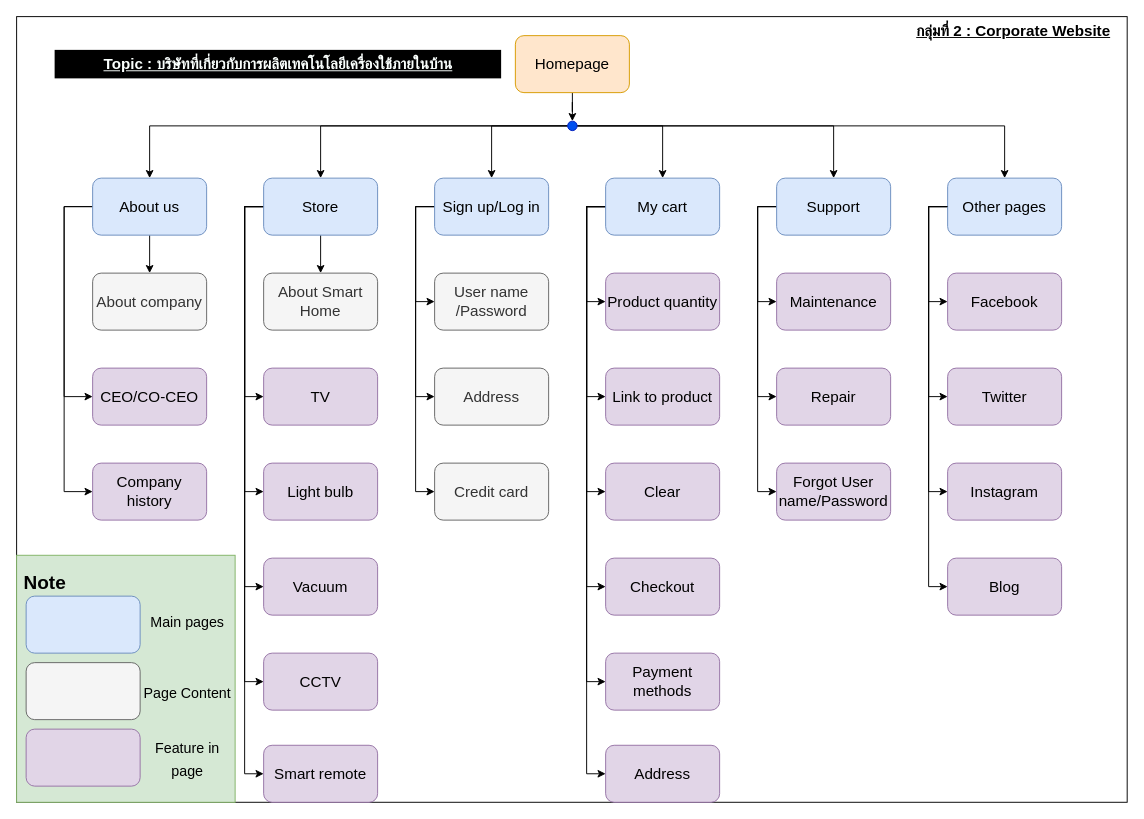
This is Technology Corporate Sitemap.drawio from DOSTxH/IT-Assignment, a draw.io file, before an edit. Source tidied: cells renumbered, new cells numbered last; positions are measured from the earlier drawing's top-left corner, leaving out a move shared by most shapes. Both pictures are drawn from the tidied source at 95%, with x=0, y=0 at pixel (16, 16).
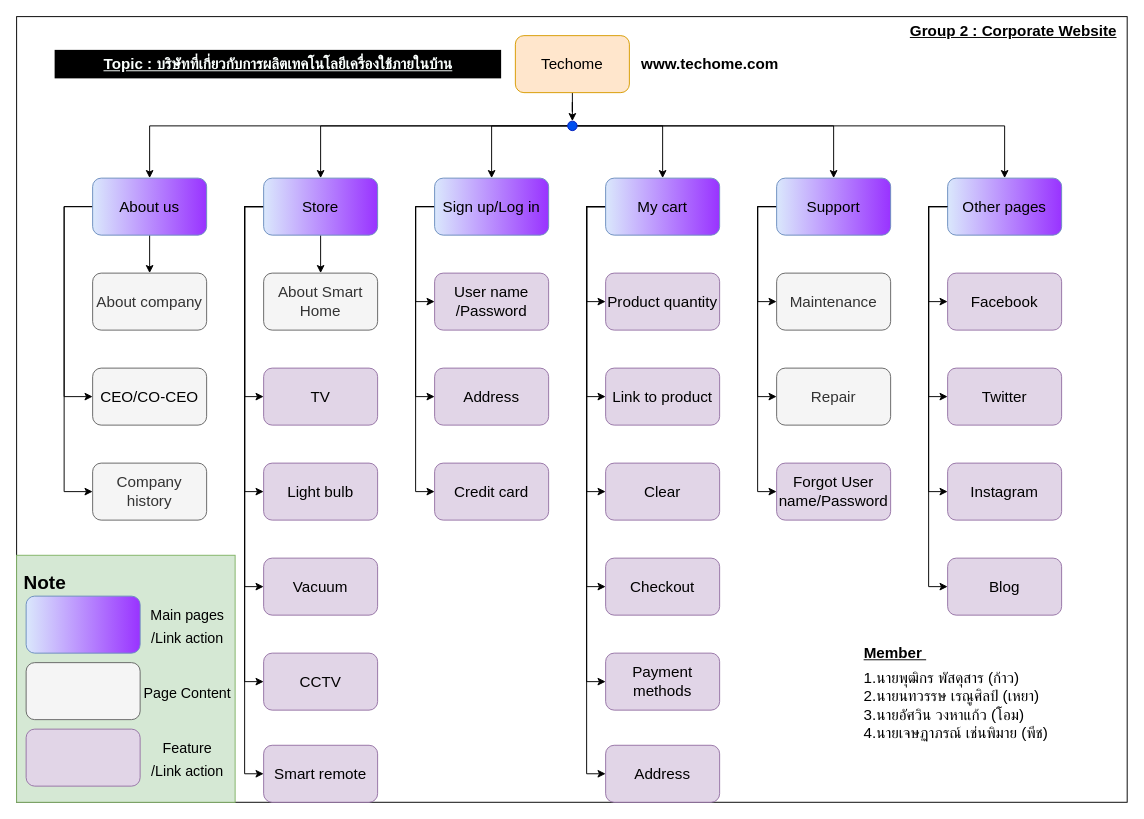
Above is the later version.

Diff of the diagram source:
```diff
@@
-    <mxCell id="4" value="&lt;font style=&quot;font-size: 16px;&quot;&gt;Homepage&lt;/font&gt;" style="rounded=1;whiteSpace=wrap;html=1;fillColor=#ffe6cc;strokeColor=#d79b00;" parent="1" vertex="1">
+    <mxCell id="4" value="&lt;font style=&quot;font-size: 16px;&quot;&gt;Techome&lt;/font&gt;" style="rounded=1;whiteSpace=wrap;html=1;fillColor=#ffe6cc;strokeColor=#d79b00;" parent="1" vertex="1">
       <mxGeometry x="525" y="20" width="120" height="60" as="geometry" />
     </mxCell>
@@
-    <mxCell id="15" value="&lt;font style=&quot;font-size: 16px;&quot;&gt;About us&lt;/font&gt;" style="rounded=1;whiteSpace=wrap;html=1;fontSize=14;fillColor=#dae8fc;strokeColor=#6c8ebf;" parent="1" vertex="1">
+    <mxCell id="15" value="&lt;font style=&quot;font-size: 16px;&quot;&gt;About us&lt;/font&gt;" style="rounded=1;whiteSpace=wrap;html=1;fontSize=14;fillColor=#dae8fc;strokeColor=#6c8ebf;gradientColor=#9933FF;gradientDirection=east;" parent="1" vertex="1">
       <mxGeometry x="80" y="170" width="120" height="60" as="geometry" />
     </mxCell>
@@
-    <mxCell id="22" value="&lt;font style=&quot;font-size: 16px;&quot;&gt;Store&lt;/font&gt;" style="rounded=1;whiteSpace=wrap;html=1;fontSize=14;fillColor=#dae8fc;strokeColor=#6c8ebf;" parent="1" vertex="1">
+    <mxCell id="22" value="&lt;font style=&quot;font-size: 16px;&quot;&gt;Store&lt;/font&gt;" style="rounded=1;whiteSpace=wrap;html=1;fontSize=14;fillColor=#dae8fc;strokeColor=#6c8ebf;gradientColor=#9933FF;gradientDirection=east;" parent="1" vertex="1">
       <mxGeometry x="260" y="170" width="120" height="60" as="geometry" />
     </mxCell>
@@
-    <mxCell id="26" value="&lt;font style=&quot;font-size: 16px;&quot;&gt;Sign up/Log in&lt;/font&gt;" style="rounded=1;whiteSpace=wrap;html=1;fontSize=14;fillColor=#dae8fc;strokeColor=#6c8ebf;" parent="1" vertex="1">
+    <mxCell id="26" value="&lt;font style=&quot;font-size: 16px;&quot;&gt;Sign up/Log in&lt;/font&gt;" style="rounded=1;whiteSpace=wrap;html=1;fontSize=14;fillColor=#dae8fc;strokeColor=#6c8ebf;shadow=0;glass=0;fillStyle=auto;gradientColor=#9933FF;gradientDirection=east;" parent="1" vertex="1">
       <mxGeometry x="440" y="170" width="120" height="60" as="geometry" />
     </mxCell>
@@
-    <mxCell id="33" value="&lt;font style=&quot;font-size: 16px;&quot;&gt;My cart&lt;/font&gt;" style="rounded=1;whiteSpace=wrap;html=1;fontSize=14;fillColor=#dae8fc;strokeColor=#6c8ebf;" parent="1" vertex="1">
+    <mxCell id="33" value="&lt;font style=&quot;font-size: 16px;&quot;&gt;My cart&lt;/font&gt;" style="rounded=1;whiteSpace=wrap;html=1;fontSize=14;fillColor=#dae8fc;strokeColor=#6c8ebf;gradientColor=#9933FF;gradientDirection=east;" parent="1" vertex="1">
       <mxGeometry x="620" y="170" width="120" height="60" as="geometry" />
     </mxCell>
@@
-    <mxCell id="37" value="&lt;font style=&quot;font-size: 16px;&quot;&gt;Support&lt;/font&gt;" style="rounded=1;whiteSpace=wrap;html=1;fontSize=14;fillColor=#dae8fc;strokeColor=#6c8ebf;" parent="1" vertex="1">
+    <mxCell id="37" value="&lt;font style=&quot;font-size: 16px;&quot;&gt;Support&lt;/font&gt;" style="rounded=1;whiteSpace=wrap;html=1;fontSize=14;fillColor=#dae8fc;strokeColor=#6c8ebf;gradientColor=#9933FF;gradientDirection=east;" parent="1" vertex="1">
       <mxGeometry x="800" y="170" width="120" height="60" as="geometry" />
     </mxCell>
@@
-    <mxCell id="41" value="&lt;font style=&quot;font-size: 16px;&quot;&gt;Other pages&lt;/font&gt;" style="rounded=1;whiteSpace=wrap;html=1;fontSize=14;fillColor=#dae8fc;strokeColor=#6c8ebf;" parent="1" vertex="1">
+    <mxCell id="41" value="&lt;font style=&quot;font-size: 16px;&quot;&gt;Other pages&lt;/font&gt;" style="rounded=1;whiteSpace=wrap;html=1;fontSize=14;fillColor=#dae8fc;strokeColor=#6c8ebf;gradientColor=#9933FF;gradientDirection=east;" parent="1" vertex="1">
       <mxGeometry x="980" y="170" width="120" height="60" as="geometry" />
     </mxCell>
@@
-    <mxCell id="44" value="&lt;font size=&quot;3&quot;&gt;User name&lt;br&gt;/Password&lt;br&gt;&lt;/font&gt;" style="whiteSpace=wrap;html=1;fontSize=14;fillColor=#f5f5f5;strokeColor=#666666;rounded=1;fontColor=#333333;" parent="1" vertex="1">
+    <mxCell id="44" value="&lt;font size=&quot;3&quot;&gt;User name&lt;br&gt;/Password&lt;br&gt;&lt;/font&gt;" style="whiteSpace=wrap;html=1;fontSize=14;fillColor=#e1d5e7;strokeColor=#9673a6;rounded=1;" parent="1" vertex="1">
       <mxGeometry x="440" y="270" width="120" height="60" as="geometry" />
     </mxCell>
-    <mxCell id="45" value="&lt;font size=&quot;3&quot;&gt;Address&lt;br&gt;&lt;/font&gt;" style="whiteSpace=wrap;html=1;fontSize=14;fillColor=#f5f5f5;strokeColor=#666666;rounded=1;fontColor=#333333;" parent="1" vertex="1">
+    <mxCell id="45" value="&lt;font size=&quot;3&quot;&gt;Address&lt;br&gt;&lt;/font&gt;" style="whiteSpace=wrap;html=1;fontSize=14;fillColor=#e1d5e7;strokeColor=#9673a6;rounded=1;" parent="1" vertex="1">
       <mxGeometry x="440" y="370" width="120" height="60" as="geometry" />
     </mxCell>
-    <mxCell id="46" value="&lt;font size=&quot;3&quot;&gt;Credit card&lt;br&gt;&lt;/font&gt;" style="whiteSpace=wrap;html=1;fontSize=14;fillColor=#f5f5f5;strokeColor=#666666;rounded=1;fontColor=#333333;" parent="1" vertex="1">
+    <mxCell id="46" value="&lt;font size=&quot;3&quot;&gt;Credit card&lt;br&gt;&lt;/font&gt;" style="whiteSpace=wrap;html=1;fontSize=14;fillColor=#e1d5e7;strokeColor=#9673a6;rounded=1;" parent="1" vertex="1">
       <mxGeometry x="440" y="470" width="120" height="60" as="geometry" />
     </mxCell>
@@
-    <mxCell id="48" value="&lt;font color=&quot;#000000&quot;&gt;&lt;span style=&quot;font-size: 16px;&quot;&gt;CEO/CO-CEO&lt;/span&gt;&lt;/font&gt;" style="rounded=1;whiteSpace=wrap;html=1;fontSize=14;fillColor=#e1d5e7;strokeColor=#9673a6;" parent="1" vertex="1">
+    <mxCell id="48" value="&lt;font color=&quot;#000000&quot;&gt;&lt;span style=&quot;font-size: 16px;&quot;&gt;CEO/CO-CEO&lt;/span&gt;&lt;/font&gt;" style="rounded=1;whiteSpace=wrap;html=1;fontSize=14;fillColor=#f5f5f5;strokeColor=#666666;fontColor=#333333;" parent="1" vertex="1">
       <mxGeometry x="80" y="370" width="120" height="60" as="geometry" />
     </mxCell>
-    <mxCell id="49" value="&lt;font style=&quot;font-size: 16px;&quot;&gt;Company history&lt;/font&gt;" style="rounded=1;whiteSpace=wrap;html=1;fontSize=14;fillColor=#e1d5e7;strokeColor=#9673a6;" parent="1" vertex="1">
+    <mxCell id="49" value="&lt;font style=&quot;font-size: 16px;&quot;&gt;Company history&lt;/font&gt;" style="rounded=1;whiteSpace=wrap;html=1;fontSize=14;fillColor=#f5f5f5;strokeColor=#666666;fontColor=#333333;" parent="1" vertex="1">
       <mxGeometry x="80" y="470" width="120" height="60" as="geometry" />
     </mxCell>
@@
-    <mxCell id="61" value="&lt;font style=&quot;font-size: 16px;&quot;&gt;Maintenance&lt;/font&gt;" style="rounded=1;whiteSpace=wrap;html=1;fontSize=14;fillColor=#e1d5e7;strokeColor=#9673a6;" parent="1" vertex="1">
+    <mxCell id="61" value="&lt;font style=&quot;font-size: 16px;&quot;&gt;Maintenance&lt;/font&gt;" style="rounded=1;whiteSpace=wrap;html=1;fontSize=14;fillColor=#f5f5f5;strokeColor=#666666;fontColor=#333333;" parent="1" vertex="1">
       <mxGeometry x="800" y="270" width="120" height="60" as="geometry" />
     </mxCell>
-    <mxCell id="62" value="&lt;font style=&quot;font-size: 16px;&quot;&gt;Repair&lt;/font&gt;" style="rounded=1;whiteSpace=wrap;html=1;fontSize=14;fillColor=#e1d5e7;strokeColor=#9673a6;" parent="1" vertex="1">
+    <mxCell id="62" value="&lt;font style=&quot;font-size: 16px;&quot;&gt;Repair&lt;/font&gt;" style="rounded=1;whiteSpace=wrap;html=1;fontSize=14;fillColor=#f5f5f5;strokeColor=#666666;fontColor=#333333;" parent="1" vertex="1">
       <mxGeometry x="800" y="370" width="120" height="60" as="geometry" />
     </mxCell>
@@
-    <mxCell id="72" style="rounded=1;whiteSpace=wrap;html=1;fontSize=14;fillColor=#dae8fc;strokeColor=#6c8ebf;" parent="1" vertex="1">
+    <mxCell id="72" style="rounded=1;whiteSpace=wrap;html=1;fontSize=14;fillColor=#dae8fc;strokeColor=#6c8ebf;gradientColor=#9933FF;gradientDirection=east;" parent="1" vertex="1">
       <mxGeometry x="10" y="610" width="120" height="60" as="geometry" />
     </mxCell>
@@
-    <mxCell id="74" value="&lt;font style=&quot;font-size: 15px;&quot;&gt;Main pages&lt;/font&gt;" style="text;html=1;strokeColor=none;fillColor=none;align=center;verticalAlign=middle;whiteSpace=wrap;rounded=0;fontSize=20;fontColor=#000000;" parent="1" vertex="1">
-      <mxGeometry x="130" y="620" width="100" height="30" as="geometry" />
+    <mxCell id="74" value="&lt;font style=&quot;font-size: 15px;&quot;&gt;Main pages&lt;br&gt;/Link action&lt;/font&gt;" style="text;html=1;strokeColor=none;fillColor=none;align=center;verticalAlign=middle;whiteSpace=wrap;rounded=0;fontSize=20;fontColor=#000000;" parent="1" vertex="1">
+      <mxGeometry x="120" y="625" width="120" height="30" as="geometry" />
     </mxCell>
@@
-    <mxCell id="76" value="&lt;span style=&quot;font-size: 15px;&quot;&gt;Feature in page&lt;/span&gt;" style="text;html=1;strokeColor=none;fillColor=none;align=center;verticalAlign=middle;whiteSpace=wrap;rounded=0;fontSize=20;fontColor=#000000;" parent="1" vertex="1">
+    <mxCell id="76" value="&lt;span style=&quot;font-size: 15px;&quot;&gt;Feature&lt;br&gt;/Link action&lt;br&gt;&lt;/span&gt;" style="text;html=1;strokeColor=none;fillColor=none;align=center;verticalAlign=middle;whiteSpace=wrap;rounded=0;fontSize=20;fontColor=#000000;" parent="1" vertex="1">
       <mxGeometry x="130" y="765" width="100" height="30" as="geometry" />
     </mxCell>
-    <mxCell id="77" value="&lt;b&gt;&lt;u&gt;กลุ่มที่ 2 : Corporate Website&lt;/u&gt;&lt;/b&gt;" style="text;html=1;align=center;verticalAlign=middle;strokeColor=none;fillColor=none;fontSize=16;fontColor=#000000;" parent="1" vertex="1">
+    <mxCell id="77" value="&lt;b&gt;&lt;u&gt;Group 2 : Corporate Website&lt;/u&gt;&lt;/b&gt;" style="text;html=1;align=center;verticalAlign=middle;strokeColor=none;fillColor=none;fontSize=16;fontColor=#000000;" parent="1" vertex="1">
       <mxGeometry x="929" width="240" height="30" as="geometry" />
     </mxCell>
+    <mxCell id="78" value="&lt;font style=&quot;font-size: 16px;&quot;&gt;&lt;b&gt;www.techome.com&lt;/b&gt;&lt;/font&gt;" style="text;html=1;strokeColor=none;fillColor=none;align=center;verticalAlign=middle;whiteSpace=wrap;rounded=0;shadow=0;glass=0;dashed=1;dashPattern=1 1;fillStyle=auto;" parent="1" vertex="1">
+      <mxGeometry x="660" y="35" width="140" height="30" as="geometry" />
+    </mxCell>
+    <mxCell id="79" value="&lt;b&gt;&lt;u&gt;Member&amp;nbsp;&lt;/u&gt;&lt;/b&gt;" style="text;html=1;strokeColor=none;fillColor=none;align=center;verticalAlign=middle;whiteSpace=wrap;rounded=0;shadow=0;glass=0;dashed=1;dashPattern=1 1;fillStyle=auto;fontSize=16;" parent="1" vertex="1">
+      <mxGeometry x="890" y="655" width="70" height="30" as="geometry" />
+    </mxCell>
+    <mxCell id="80" value="1.นายพุฒิกร พัสดุสาร (ก้าว)&lt;br&gt;2.นายนทวรรษ เรณูศิลป์ (เหยา)&lt;br&gt;3.นายอัศวิน วงหาแก้ว (โอม)&lt;br&gt;4.นายเจษฏาภรณ์ เช่นพิมาย (พีช)" style="text;html=1;strokeColor=none;fillColor=none;align=left;verticalAlign=middle;whiteSpace=wrap;rounded=0;shadow=0;glass=0;dashed=1;dashPattern=1 1;fillStyle=auto;fontSize=16;" parent="1" vertex="1">
+      <mxGeometry x="890" y="680" width="225" height="90" as="geometry" />
+    </mxCell>
```
